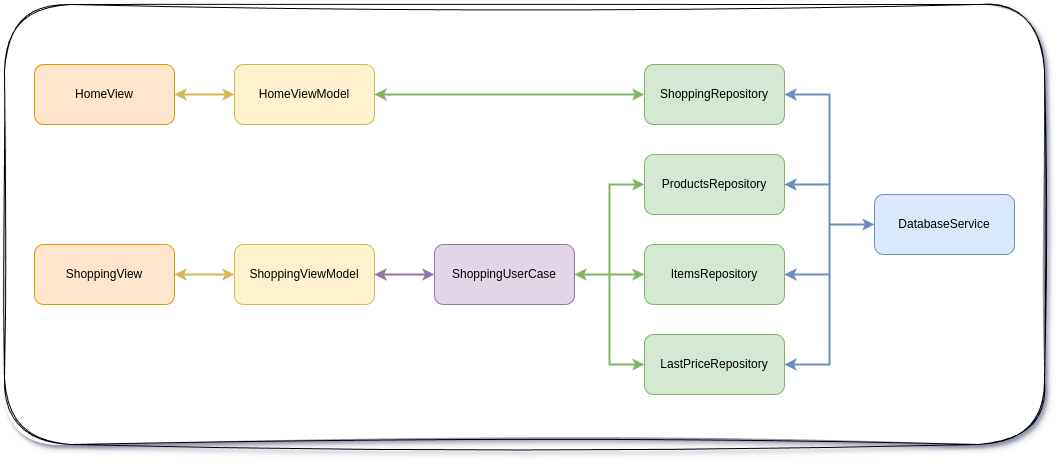
This is docs/images/MVVM.png from rudsonalves/compras, a draw.io export, as it was before one commit. Source tidied: cells renumbered, new cells last; positions are measured from the earlier drawing's top-left corner, leaving out a move shared by most shapes.
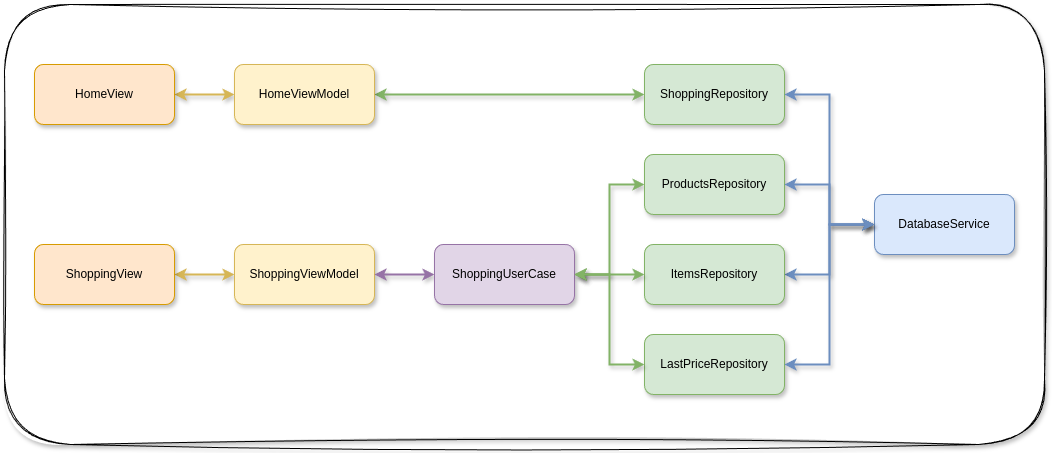
Above is the later version.

The edit, as a diff of the source:
```diff
@@ -2,73 +2,73 @@
   <root>
     <mxCell id="0" />
     <mxCell id="1" parent="0" />
-    <mxCell id="2" style="group;arcSize=5;" parent="1" vertex="1">
+    <mxCell id="2" style="group;arcSize=5;fillColor=none;gradientColor=none;" parent="1" vertex="1">
       <mxGeometry width="1040" height="440" as="geometry" />
     </mxCell>
     <mxCell id="3" style="rounded=1;whiteSpace=wrap;html=1;glass=0;shadow=1;sketch=1;curveFitting=1;jiggle=2;" parent="2" vertex="1">
       <mxGeometry width="1040" height="440" as="geometry" />
     </mxCell>
-    <mxCell id="4" style="edgeStyle=orthogonalEdgeStyle;rounded=0;jettySize=auto;html=1;exitX=0;exitY=0.5;exitDx=0;exitDy=0;startArrow=classic;startFill=1;strokeWidth=2;fillColor=#d5e8d4;strokeColor=#82b366;" parent="2" edge="1" source="5" target="9">
+    <mxCell id="4" style="edgeStyle=orthogonalEdgeStyle;rounded=0;jettySize=auto;html=1;exitX=0;exitY=0.5;exitDx=0;exitDy=0;startArrow=classic;startFill=1;strokeWidth=2;fillColor=#d5e8d4;strokeColor=#82b366;shadow=1;" parent="2" edge="1" source="5" target="9">
       <mxGeometry relative="1" as="geometry" />
     </mxCell>
-    <mxCell id="5" value="ShoppingRepository" style="rounded=1;whiteSpace=wrap;html=1;fillColor=#d5e8d4;strokeColor=#82b366;" parent="2" vertex="1">
+    <mxCell id="5" value="ShoppingRepository" style="rounded=1;whiteSpace=wrap;html=1;fillColor=#d5e8d4;strokeColor=#82b366;shadow=1;" parent="2" vertex="1">
       <mxGeometry x="640" y="60" width="140" height="60" as="geometry" />
     </mxCell>
-    <mxCell id="6" style="edgeStyle=orthogonalEdgeStyle;rounded=0;jettySize=auto;html=1;exitX=0;exitY=0.5;exitDx=0;exitDy=0;strokeWidth=2;fillColor=#dae8fc;strokeColor=#6c8ebf;startArrow=classic;startFill=1;entryX=1;entryY=0.5;entryDx=0;entryDy=0;" parent="2" edge="1" source="7" target="5">
+    <mxCell id="6" style="edgeStyle=orthogonalEdgeStyle;rounded=0;jettySize=auto;html=1;exitX=0;exitY=0.5;exitDx=0;exitDy=0;strokeWidth=2;fillColor=#dae8fc;strokeColor=#6c8ebf;startArrow=classic;startFill=1;entryX=1;entryY=0.5;entryDx=0;entryDy=0;shadow=1;" parent="2" edge="1" source="7" target="5">
       <mxGeometry relative="1" as="geometry" />
     </mxCell>
-    <mxCell id="7" value="DatabaseService" style="rounded=1;whiteSpace=wrap;html=1;fillColor=#dae8fc;strokeColor=#6c8ebf;" parent="2" vertex="1">
+    <mxCell id="7" value="DatabaseService" style="rounded=1;whiteSpace=wrap;html=1;fillColor=#dae8fc;strokeColor=#6c8ebf;shadow=1;" parent="2" vertex="1">
       <mxGeometry x="870" y="190" width="140" height="60" as="geometry" />
     </mxCell>
-    <mxCell id="8" style="edgeStyle=orthogonalEdgeStyle;rounded=0;jettySize=auto;html=1;entryX=1;entryY=0.5;entryDx=0;entryDy=0;fillColor=#fff2cc;strokeColor=#d6b656;startArrow=classic;startFill=1;strokeWidth=2;" parent="2" edge="1" source="9" target="10">
+    <mxCell id="8" style="edgeStyle=orthogonalEdgeStyle;rounded=0;jettySize=auto;html=1;entryX=1;entryY=0.5;entryDx=0;entryDy=0;fillColor=#fff2cc;strokeColor=#d6b656;startArrow=classic;startFill=1;strokeWidth=2;shadow=1;" parent="2" edge="1" source="9" target="10">
       <mxGeometry relative="1" as="geometry" />
     </mxCell>
-    <mxCell id="9" value="HomeViewModel" style="rounded=1;whiteSpace=wrap;html=1;fillColor=#fff2cc;strokeColor=#d6b656;" parent="2" vertex="1">
+    <mxCell id="9" value="HomeViewModel" style="rounded=1;whiteSpace=wrap;html=1;fillColor=#fff2cc;strokeColor=#d6b656;shadow=1;" parent="2" vertex="1">
       <mxGeometry x="230" y="60" width="140" height="60" as="geometry" />
     </mxCell>
-    <mxCell id="10" value="HomeView" style="rounded=1;whiteSpace=wrap;html=1;fillColor=#ffe6cc;strokeColor=#d79b00;" parent="2" vertex="1">
+    <mxCell id="10" value="HomeView" style="rounded=1;whiteSpace=wrap;html=1;fillColor=#ffe6cc;strokeColor=#d79b00;shadow=1;" parent="2" vertex="1">
       <mxGeometry x="30" y="60" width="140" height="60" as="geometry" />
     </mxCell>
-    <mxCell id="11" style="edgeStyle=orthogonalEdgeStyle;rounded=0;jettySize=auto;html=1;startArrow=classic;startFill=1;strokeWidth=2;fillColor=#d5e8d4;strokeColor=#82b366;entryX=1;entryY=0.5;entryDx=0;entryDy=0;exitX=0;exitY=0.5;exitDx=0;exitDy=0;" parent="2" edge="1" source="12" target="20">
+    <mxCell id="11" style="edgeStyle=orthogonalEdgeStyle;rounded=0;jettySize=auto;html=1;startArrow=classic;startFill=1;strokeWidth=2;fillColor=#d5e8d4;strokeColor=#82b366;entryX=1;entryY=0.5;entryDx=0;entryDy=0;exitX=0;exitY=0.5;exitDx=0;exitDy=0;shadow=1;" parent="2" edge="1" source="12" target="20">
       <mxGeometry relative="1" as="geometry" />
     </mxCell>
-    <mxCell id="12" value="ProductsRepository" style="rounded=1;whiteSpace=wrap;html=1;fillColor=#d5e8d4;strokeColor=#82b366;" parent="2" vertex="1">
+    <mxCell id="12" value="ProductsRepository" style="rounded=1;whiteSpace=wrap;html=1;fillColor=#d5e8d4;strokeColor=#82b366;shadow=1;" parent="2" vertex="1">
       <mxGeometry x="640" y="150" width="140" height="60" as="geometry" />
     </mxCell>
-    <mxCell id="13" style="edgeStyle=orthogonalEdgeStyle;rounded=0;jettySize=auto;html=1;exitX=0;exitY=0.5;exitDx=0;exitDy=0;strokeWidth=2;fillColor=#dae8fc;strokeColor=#6c8ebf;startArrow=classic;startFill=1;entryX=1;entryY=0.5;entryDx=0;entryDy=0;" parent="2" edge="1" source="7" target="12">
+    <mxCell id="13" style="edgeStyle=orthogonalEdgeStyle;rounded=0;jettySize=auto;html=1;exitX=0;exitY=0.5;exitDx=0;exitDy=0;strokeWidth=2;fillColor=#dae8fc;strokeColor=#6c8ebf;startArrow=classic;startFill=1;entryX=1;entryY=0.5;entryDx=0;entryDy=0;shadow=1;" parent="2" edge="1" source="7" target="12">
       <mxGeometry relative="1" as="geometry" />
     </mxCell>
-    <mxCell id="14" style="edgeStyle=orthogonalEdgeStyle;rounded=0;jettySize=auto;html=1;entryX=1;entryY=0.5;entryDx=0;entryDy=0;fillColor=#fff2cc;strokeColor=#d6b656;startArrow=classic;startFill=1;strokeWidth=2;" parent="2" edge="1" source="15" target="16">
+    <mxCell id="14" style="edgeStyle=orthogonalEdgeStyle;rounded=0;jettySize=auto;html=1;entryX=1;entryY=0.5;entryDx=0;entryDy=0;fillColor=#fff2cc;strokeColor=#d6b656;startArrow=classic;startFill=1;strokeWidth=2;shadow=1;" parent="2" edge="1" source="15" target="16">
       <mxGeometry relative="1" as="geometry" />
     </mxCell>
-    <mxCell id="15" value="ShoppingViewModel" style="rounded=1;whiteSpace=wrap;html=1;fillColor=#fff2cc;strokeColor=#d6b656;" parent="2" vertex="1">
+    <mxCell id="15" value="ShoppingViewModel" style="rounded=1;whiteSpace=wrap;html=1;fillColor=#fff2cc;strokeColor=#d6b656;shadow=1;" parent="2" vertex="1">
       <mxGeometry x="230" y="240" width="140" height="60" as="geometry" />
     </mxCell>
-    <mxCell id="16" value="ShoppingView" style="rounded=1;whiteSpace=wrap;html=1;fillColor=#ffe6cc;strokeColor=#d79b00;" parent="2" vertex="1">
+    <mxCell id="16" value="ShoppingView" style="rounded=1;whiteSpace=wrap;html=1;fillColor=#ffe6cc;strokeColor=#d79b00;shadow=1;" parent="2" vertex="1">
       <mxGeometry x="30" y="240" width="140" height="60" as="geometry" />
     </mxCell>
-    <mxCell id="17" style="edgeStyle=orthogonalEdgeStyle;rounded=0;jettySize=auto;html=1;fillColor=#dae8fc;strokeColor=#6c8ebf;strokeWidth=2;startArrow=classic;startFill=1;entryX=0;entryY=0.5;entryDx=0;entryDy=0;" parent="2" edge="1" source="18" target="7">
+    <mxCell id="17" style="edgeStyle=orthogonalEdgeStyle;rounded=0;jettySize=auto;html=1;fillColor=#dae8fc;strokeColor=#6c8ebf;strokeWidth=2;startArrow=classic;startFill=1;entryX=0;entryY=0.5;entryDx=0;entryDy=0;shadow=1;" parent="2" edge="1" source="18" target="7">
       <mxGeometry relative="1" as="geometry" />
     </mxCell>
-    <mxCell id="18" value="ItemsRepository" style="rounded=1;whiteSpace=wrap;html=1;fillColor=#d5e8d4;strokeColor=#82b366;" parent="2" vertex="1">
+    <mxCell id="18" value="ItemsRepository" style="rounded=1;whiteSpace=wrap;html=1;fillColor=#d5e8d4;strokeColor=#82b366;shadow=1;" parent="2" vertex="1">
       <mxGeometry x="640" y="240" width="140" height="60" as="geometry" />
     </mxCell>
-    <mxCell id="19" style="edgeStyle=orthogonalEdgeStyle;rounded=0;jettySize=auto;html=1;entryX=1;entryY=0.5;entryDx=0;entryDy=0;fillColor=#e1d5e7;strokeColor=#9673a6;startArrow=classic;startFill=1;strokeWidth=2;" parent="2" edge="1" source="20" target="15">
+    <mxCell id="19" style="edgeStyle=orthogonalEdgeStyle;rounded=0;jettySize=auto;html=1;entryX=1;entryY=0.5;entryDx=0;entryDy=0;fillColor=#e1d5e7;strokeColor=#9673a6;startArrow=classic;startFill=1;strokeWidth=2;shadow=1;" parent="2" edge="1" source="20" target="15">
       <mxGeometry relative="1" as="geometry" />
     </mxCell>
-    <mxCell id="20" value="ShoppingUserCase" style="rounded=1;whiteSpace=wrap;html=1;fillColor=#e1d5e7;strokeColor=#9673a6;" parent="2" vertex="1">
+    <mxCell id="20" value="ShoppingUserCase" style="rounded=1;whiteSpace=wrap;html=1;fillColor=#e1d5e7;strokeColor=#9673a6;shadow=1;" parent="2" vertex="1">
       <mxGeometry x="430" y="240" width="140" height="60" as="geometry" />
     </mxCell>
-    <mxCell id="21" style="edgeStyle=orthogonalEdgeStyle;rounded=0;jettySize=auto;html=1;startArrow=classic;startFill=1;strokeWidth=2;fillColor=#d5e8d4;strokeColor=#82b366;entryX=1;entryY=0.5;entryDx=0;entryDy=0;" parent="2" edge="1" source="18" target="20">
+    <mxCell id="21" style="edgeStyle=orthogonalEdgeStyle;rounded=0;jettySize=auto;html=1;startArrow=classic;startFill=1;strokeWidth=2;fillColor=#d5e8d4;strokeColor=#82b366;entryX=1;entryY=0.5;entryDx=0;entryDy=0;shadow=1;" parent="2" edge="1" source="18" target="20">
       <mxGeometry relative="1" as="geometry" />
     </mxCell>
-    <mxCell id="22" value="LastPriceRepository" style="rounded=1;whiteSpace=wrap;html=1;fillColor=#d5e8d4;strokeColor=#82b366;" parent="2" vertex="1">
+    <mxCell id="22" value="LastPriceRepository" style="rounded=1;whiteSpace=wrap;html=1;fillColor=#d5e8d4;strokeColor=#82b366;shadow=1;" parent="2" vertex="1">
       <mxGeometry x="640" y="330" width="140" height="60" as="geometry" />
     </mxCell>
-    <mxCell id="23" style="edgeStyle=orthogonalEdgeStyle;rounded=0;jettySize=auto;html=1;fillColor=#dae8fc;strokeColor=#6c8ebf;strokeWidth=2;startArrow=classic;startFill=1;entryX=0;entryY=0.5;entryDx=0;entryDy=0;exitX=1;exitY=0.5;exitDx=0;exitDy=0;" parent="2" edge="1" source="22" target="7">
+    <mxCell id="23" style="edgeStyle=orthogonalEdgeStyle;rounded=0;jettySize=auto;html=1;fillColor=#dae8fc;strokeColor=#6c8ebf;strokeWidth=2;startArrow=classic;startFill=1;entryX=0;entryY=0.5;entryDx=0;entryDy=0;exitX=1;exitY=0.5;exitDx=0;exitDy=0;shadow=1;" parent="2" edge="1" source="22" target="7">
       <mxGeometry relative="1" as="geometry" />
     </mxCell>
-    <mxCell id="24" style="edgeStyle=orthogonalEdgeStyle;rounded=0;jettySize=auto;html=1;startArrow=classic;startFill=1;strokeWidth=2;fillColor=#d5e8d4;strokeColor=#82b366;entryX=1;entryY=0.5;entryDx=0;entryDy=0;exitX=0;exitY=0.5;exitDx=0;exitDy=0;" parent="2" edge="1" source="22" target="20">
+    <mxCell id="24" style="edgeStyle=orthogonalEdgeStyle;rounded=0;jettySize=auto;html=1;startArrow=classic;startFill=1;strokeWidth=2;fillColor=#d5e8d4;strokeColor=#82b366;entryX=1;entryY=0.5;entryDx=0;entryDy=0;exitX=0;exitY=0.5;exitDx=0;exitDy=0;shadow=1;" parent="2" edge="1" source="22" target="20">
       <mxGeometry relative="1" as="geometry" />
     </mxCell>
   </root>
```
